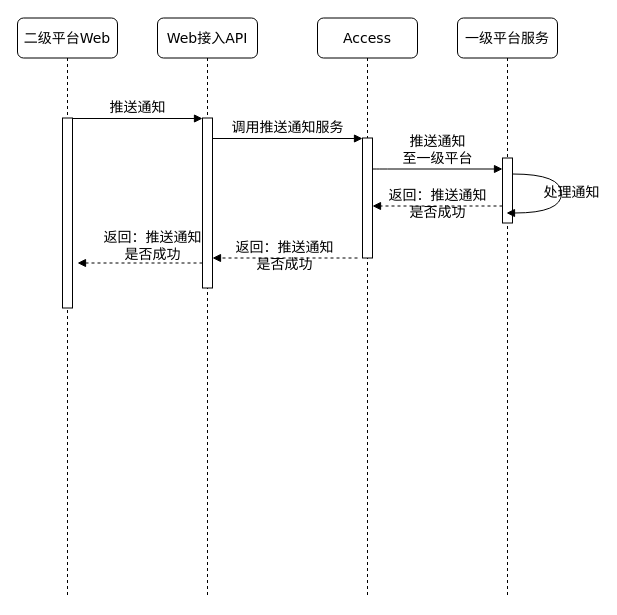
The draw.io diagram IOTManage/sequence-announce.drawio in waterwatermelon/graph, before the edit. Source tidied: cells renumbered, new cells numbered last; positions are measured from the earlier drawing's top-left corner, leaving out a move shared by most shapes. Both pictures are drawn from the tidied source at 100%, with x=0, y=0 at pixel (17, 18).
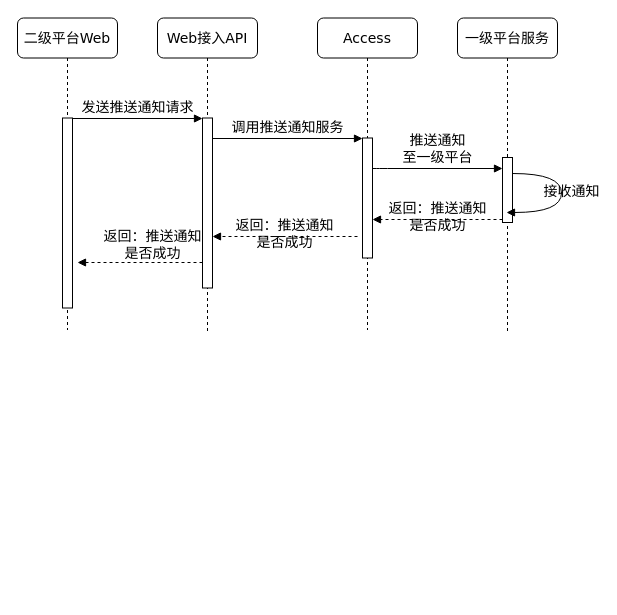
After the change.

The change refers to these unchanged cells:
```xml
<mxCell id="3" style="html=1;points=[];perimeter=orthogonalPerimeter;rounded=0;shadow=0;comic=0;labelBackgroundColor=none;strokeColor=#000000;strokeWidth=1;fillColor=#FFFFFF;fontFamily=Verdana;fontSize=14;fontColor=#000000;align=center;" parent="2" vertex="1">
  <mxGeometry x="45" y="100" width="10" height="170" as="geometry" />
</mxCell>
<mxCell id="8" style="html=1;points=[];perimeter=orthogonalPerimeter;rounded=0;shadow=0;comic=0;labelBackgroundColor=none;strokeColor=#000000;strokeWidth=1;fillColor=#FFFFFF;fontFamily=Verdana;fontSize=14;fontColor=#000000;align=center;" parent="7" vertex="1">
  <mxGeometry x="45" y="100" width="10" height="190" as="geometry" />
</mxCell>
```

Diff of the diagram source:
```diff
@@
     <mxCell id="2" value="Web接入API" style="shape=umlLifeline;perimeter=lifelinePerimeter;whiteSpace=wrap;html=1;rounded=1;shadow=0;comic=0;labelBackgroundColor=none;strokeColor=#000000;strokeWidth=1;fillColor=#FFFFFF;fontFamily=Verdana;fontSize=14;fontColor=#000000;align=center;" parent="1" vertex="1">
-      <mxGeometry x="140" y="-0.5" width="100" height="580" as="geometry" />
+      <mxGeometry x="140" y="-0.5" width="100" height="313" as="geometry" />
     </mxCell>
@@
     <mxCell id="4" value="Access" style="shape=umlLifeline;perimeter=lifelinePerimeter;whiteSpace=wrap;html=1;rounded=1;shadow=0;comic=0;labelBackgroundColor=none;strokeColor=#000000;strokeWidth=1;fillColor=#FFFFFF;fontFamily=Verdana;fontSize=14;fontColor=#000000;align=center;" parent="1" vertex="1">
-      <mxGeometry x="300" y="-0.5" width="100" height="580" as="geometry" />
+      <mxGeometry x="300" y="-0.5" width="100" height="312" as="geometry" />
     </mxCell>
@@
     <mxCell id="6" value="一级平台服务" style="shape=umlLifeline;perimeter=lifelinePerimeter;whiteSpace=wrap;html=1;rounded=1;shadow=0;comic=0;labelBackgroundColor=none;strokeColor=#000000;strokeWidth=1;fillColor=#FFFFFF;fontFamily=Verdana;fontSize=14;fontColor=#000000;align=center;" parent="1" vertex="1">
-      <mxGeometry x="440" y="-0.5" width="100" height="580" as="geometry" />
+      <mxGeometry x="440" y="-0.5" width="100" height="313" as="geometry" />
     </mxCell>
     <mxCell id="7" value="二级平台Web" style="shape=umlLifeline;perimeter=lifelinePerimeter;whiteSpace=wrap;html=1;rounded=1;shadow=0;comic=0;labelBackgroundColor=none;strokeColor=#000000;strokeWidth=1;fillColor=#FFFFFF;fontFamily=Verdana;fontSize=14;fontColor=#000000;align=center;" parent="1" vertex="1">
-      <mxGeometry y="-0.5" width="100" height="580" as="geometry" />
+      <mxGeometry y="-0.5" width="100" height="312" as="geometry" />
     </mxCell>
@@
     <mxCell id="9" style="html=1;perimeter=orthogonalPerimeter;rounded=0;shadow=0;comic=0;labelBackgroundColor=none;strokeColor=#000000;strokeWidth=1;fillColor=#FFFFFF;fontFamily=Verdana;fontSize=14;fontColor=#000000;align=center;" parent="1" vertex="1">
-      <mxGeometry x="485" y="139.5" width="10" height="65" as="geometry" />
+      <mxGeometry x="485" y="139" width="10" height="65" as="geometry" />
     </mxCell>
     <mxCell id="10" value="推送通知&lt;br&gt;至一级平台" style="html=1;verticalAlign=bottom;endArrow=block;labelBackgroundColor=none;fontFamily=Verdana;fontSize=14;edgeStyle=elbowEdgeStyle;elbow=vertical;" parent="1" edge="1">
       <mxGeometry relative="1" as="geometry">
-        <mxPoint x="355" y="150.5" as="sourcePoint" />
-        <mxPoint x="485" y="150.5" as="targetPoint" />
+        <mxPoint x="355" y="150" as="sourcePoint" />
+        <mxPoint x="485" y="150" as="targetPoint" />
         <Array as="points">
-          <mxPoint x="360" y="150.5" />
+          <mxPoint x="360" y="150" />
         </Array>
       </mxGeometry>
     </mxCell>
-    <mxCell id="11" value="推送通知" style="html=1;verticalAlign=bottom;endArrow=block;entryX=0;entryY=0;labelBackgroundColor=none;fontFamily=Verdana;fontSize=14;edgeStyle=elbowEdgeStyle;elbow=vertical;endFill=1;" parent="1" edge="1" source="8" target="3">
+    <mxCell id="11" value="发送推送通知请求" style="html=1;verticalAlign=bottom;endArrow=block;entryX=0;entryY=0;labelBackgroundColor=none;fontFamily=Verdana;fontSize=14;edgeStyle=elbowEdgeStyle;elbow=vertical;endFill=1;" parent="1" edge="1" source="8" target="3">
       <mxGeometry relative="1" as="geometry" />
     </mxCell>
@@
     <mxCell id="13" value="返回：推送通知&lt;br&gt;是否成功" style="html=1;verticalAlign=bottom;endArrow=block;entryX=0;entryY=0;labelBackgroundColor=none;fontFamily=Verdana;fontSize=14;dashed=1;" parent="1" edge="1">
       <mxGeometry y="17" relative="1" as="geometry">
-        <mxPoint x="485" y="187.5" as="sourcePoint" />
-        <mxPoint x="355" y="187.5" as="targetPoint" />
+        <mxPoint x="485" y="201" as="sourcePoint" />
+        <mxPoint x="355" y="201" as="targetPoint" />
       </mxGeometry>
     </mxCell>
     <mxCell id="14" value="返回：推送通知&lt;br&gt;是否成功" style="html=1;verticalAlign=bottom;endArrow=block;entryX=0;entryY=0;labelBackgroundColor=none;fontFamily=Verdana;fontSize=14;dashed=1;" parent="1" edge="1">
       <mxGeometry y="17" relative="1" as="geometry">
-        <mxPoint x="340" y="239.5" as="sourcePoint" />
-        <mxPoint x="195" y="239.5" as="targetPoint" />
+        <mxPoint x="340" y="218" as="sourcePoint" />
+        <mxPoint x="195" y="218" as="targetPoint" />
       </mxGeometry>
     </mxCell>
     <mxCell id="15" value="返回：推送通知&lt;br&gt;是否成功" style="html=1;verticalAlign=bottom;endArrow=block;entryX=0;entryY=0;labelBackgroundColor=none;fontFamily=Verdana;fontSize=14;dashed=1;" parent="1" edge="1">
       <mxGeometry x="-0.2" y="2" relative="1" as="geometry">
-        <mxPoint x="185" y="244.5" as="sourcePoint" />
-        <mxPoint x="60" y="244.5" as="targetPoint" />
+        <mxPoint x="185" y="244" as="sourcePoint" />
+        <mxPoint x="60" y="244" as="targetPoint" />
       </mxGeometry>
     </mxCell>
-    <mxCell id="16" value="处理通知" style="html=1;verticalAlign=bottom;endArrow=block;labelBackgroundColor=none;fontFamily=Verdana;fontSize=14;elbow=vertical;edgeStyle=orthogonalEdgeStyle;curved=1;exitX=1.066;exitY=0.713;exitPerimeter=0;" parent="1" edge="1">
+    <mxCell id="16" value="接收通知" style="html=1;verticalAlign=bottom;endArrow=block;labelBackgroundColor=none;fontFamily=Verdana;fontSize=14;elbow=vertical;edgeStyle=orthogonalEdgeStyle;curved=1;exitX=1.066;exitY=0.713;exitPerimeter=0;" parent="1" edge="1">
       <mxGeometry x="0.23" y="-14" relative="1" as="geometry">
-        <mxPoint x="495" y="155.5" as="sourcePoint" />
-        <mxPoint x="489" y="194.5" as="targetPoint" />
+        <mxPoint x="495" y="155" as="sourcePoint" />
+        <mxPoint x="489" y="194" as="targetPoint" />
         <Array as="points">
-          <mxPoint x="544" y="155.5" />
-          <mxPoint x="544" y="194.5" />
+          <mxPoint x="544" y="155" />
+          <mxPoint x="544" y="194" />
         </Array>
         <mxPoint x="10" y="4" as="offset" />
       </mxGeometry>
     </mxCell>
```
